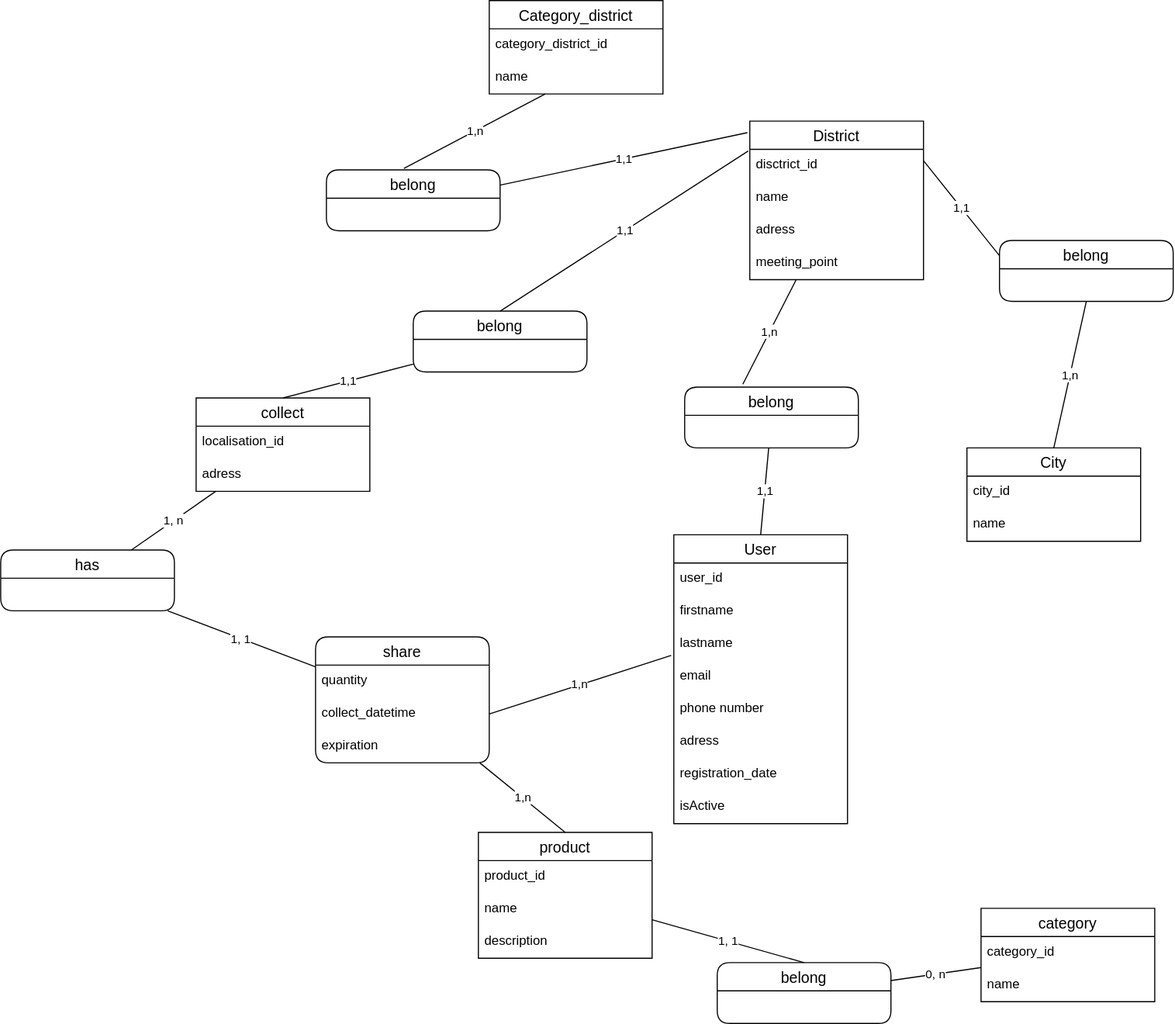
Above: code/server/Merise_VAG/MCD/vag.drawio.svg in Mandine42/vag (draw.io), before the change. Source tidied: cells renumbered, new cells last; positions are measured from the earlier drawing's top-left corner, leaving out a move shared by most shapes.
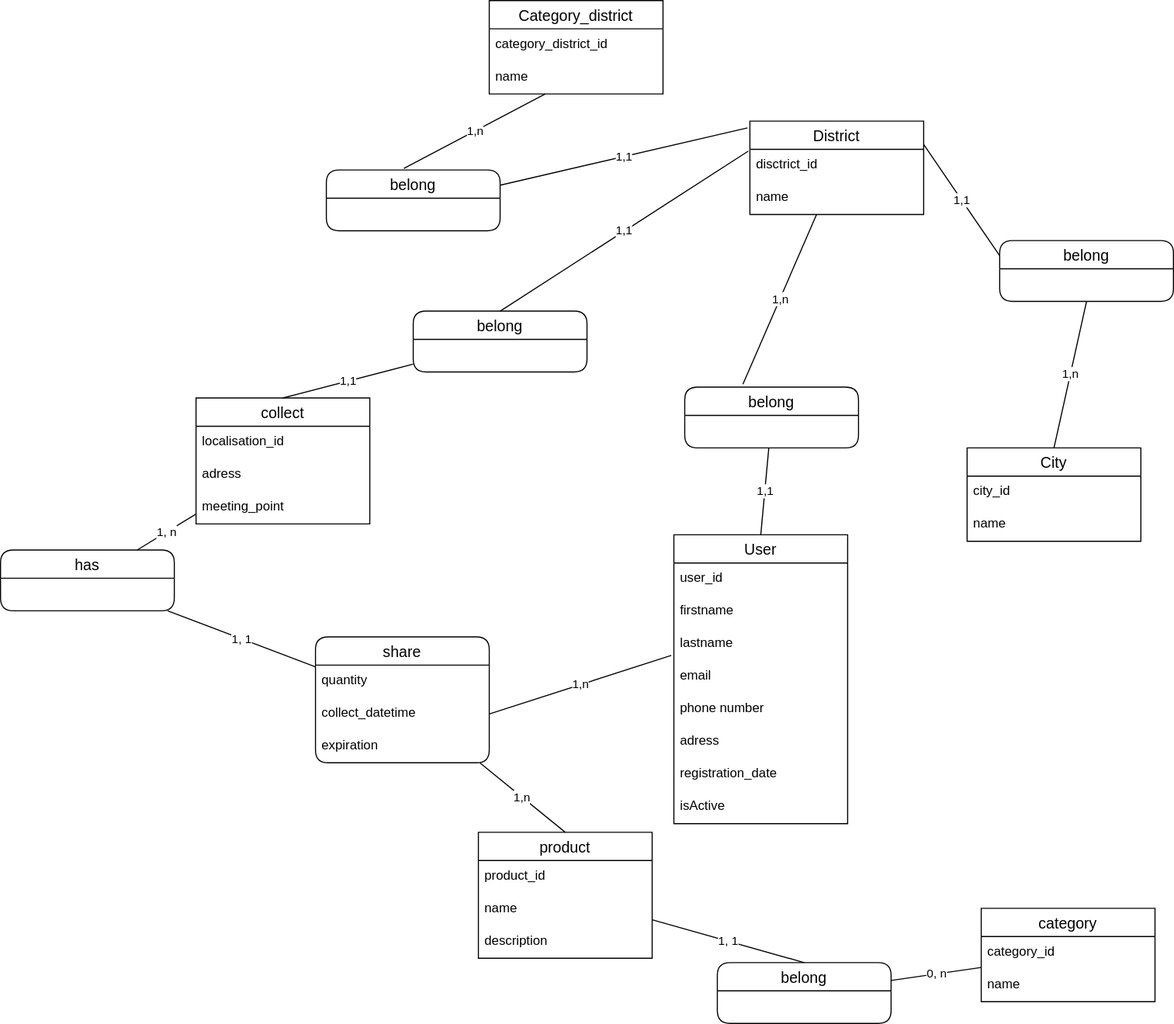
The same file after the commit.

What changed in the source:
```diff
@@ -54,7 +54,7 @@
       <mxGeometry y="86" width="160" height="30" as="geometry" />
     </mxCell>
     <mxCell id="19" value="collect" style="swimlane;fontStyle=0;horizontal=1;startSize=26;align=center;fontSize=14;" parent="1" vertex="1">
-      <mxGeometry x="180" y="366" width="160" height="86" as="geometry" />
+      <mxGeometry x="180" y="366" width="160" height="116" as="geometry" />
     </mxCell>
     <mxCell id="20" value="localisation_id" style="text;strokeColor=none;fillColor=none;spacingLeft=4;spacingRight=4;overflow=hidden;fontSize=12;" parent="19" vertex="1">
       <mxGeometry y="26" width="160" height="30" as="geometry" />
@@ -62,6 +62,9 @@
     <mxCell id="21" value="adress" style="text;strokeColor=none;fillColor=none;spacingLeft=4;spacingRight=4;overflow=hidden;fontSize=12;" parent="19" vertex="1">
       <mxGeometry y="56" width="160" height="30" as="geometry" />
     </mxCell>
+    <mxCell id="31" value="meeting_point" style="text;strokeColor=none;fillColor=none;spacingLeft=4;spacingRight=4;overflow=hidden;fontSize=12;" parent="19" vertex="1">
+      <mxGeometry y="86" width="160" height="30" as="geometry" />
+    </mxCell>
     <mxCell id="22" value="1,n" style="endArrow=none;html=1;rounded=0;exitX=1;exitY=0.5;exitDx=0;exitDy=0;entryX=-0.015;entryY=0.837;entryDx=0;entryDy=0;entryPerimeter=0;" parent="1" edge="1" source="17" target="5">
       <mxGeometry relative="1" as="geometry" />
     </mxCell>
@@ -78,7 +81,7 @@
       <mxGeometry relative="1" as="geometry" />
     </mxCell>
     <mxCell id="27" value="District" style="swimlane;fontStyle=0;horizontal=1;startSize=26;align=center;fontSize=14;" parent="1" vertex="1">
-      <mxGeometry x="690" y="111" width="160" height="146" as="geometry" />
+      <mxGeometry x="690" y="111" width="160" height="86" as="geometry" />
     </mxCell>
     <mxCell id="28" value="disctrict_id" style="text;strokeColor=none;fillColor=none;spacingLeft=4;spacingRight=4;overflow=hidden;points=[[0,0.5],[1,0.5]];portConstraint=eastwest;fontSize=12;" parent="27" vertex="1">
       <mxGeometry y="26" width="160" height="30" as="geometry" />
@@ -86,12 +89,6 @@
     <mxCell id="29" value="name" style="text;strokeColor=none;fillColor=none;spacingLeft=4;spacingRight=4;overflow=hidden;fontSize=12;" parent="27" vertex="1">
       <mxGeometry y="56" width="160" height="30" as="geometry" />
     </mxCell>
-    <mxCell id="30" value="adress" style="text;strokeColor=none;fillColor=none;spacingLeft=4;spacingRight=4;overflow=hidden;fontSize=12;" parent="27" vertex="1">
-      <mxGeometry y="86" width="160" height="30" as="geometry" />
-    </mxCell>
-    <mxCell id="31" value="meeting_point" style="text;strokeColor=none;fillColor=none;spacingLeft=4;spacingRight=4;overflow=hidden;fontSize=12;" parent="27" vertex="1">
-      <mxGeometry y="116" width="160" height="30" as="geometry" />
-    </mxCell>
     <mxCell id="32" value="City" style="swimlane;fontStyle=0;horizontal=1;startSize=26;align=center;fontSize=14;" parent="1" vertex="1">
       <mxGeometry x="890" y="412" width="160" height="86" as="geometry" />
     </mxCell>
```
